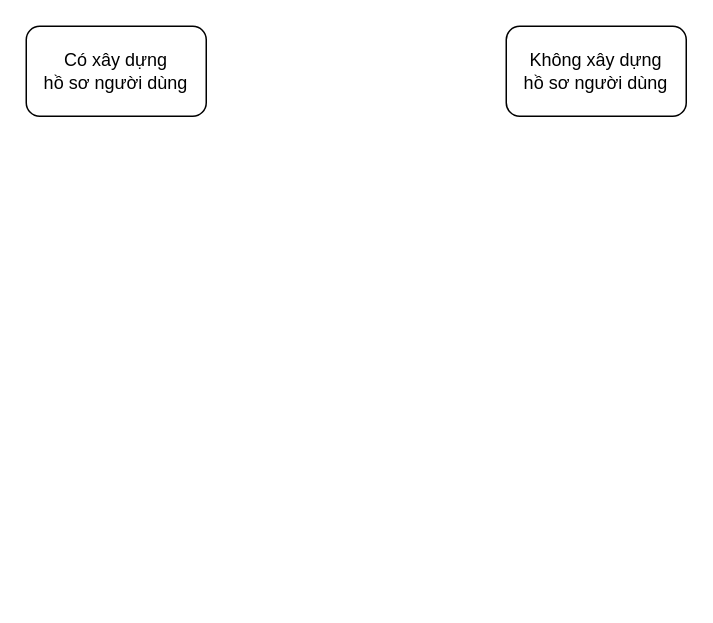
The draw.io diagram page "Page-1" (1 of 2) of D1.drawio in EdgarIgnite16/Specialized-Projects, before the edit. Source tidied: cells renumbered, new cells numbered last; positions are measured from the earlier drawing's top-left corner, leaving out a move shared by most shapes. Both pictures are drawn from the tidied source at 150%, with x=0, y=0 at pixel (26, 26).
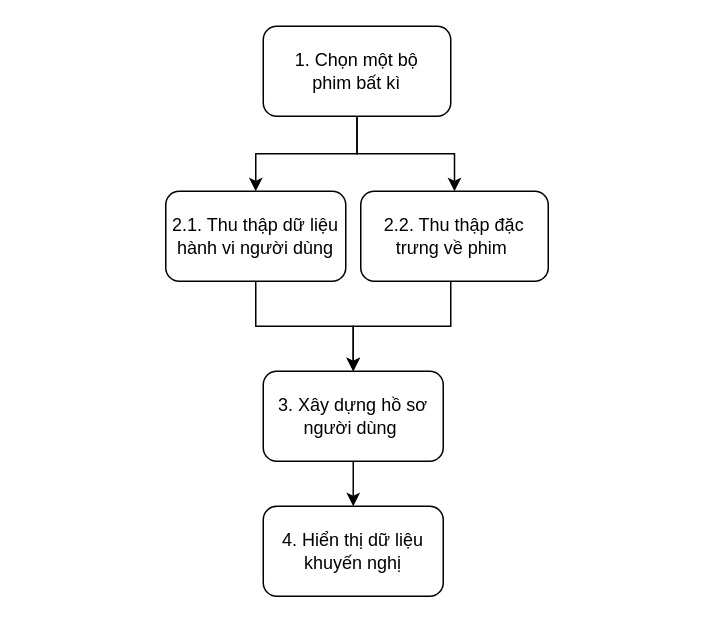
Above is the later version.

Diff of the diagram source:
```diff
@@
 <mxGraphModel>
   <root>
     <mxCell id="0" />
     <mxCell id="1" parent="0" />
-    <mxCell id="2" value="Có xây dựng&lt;br&gt;hồ sơ người dùng" style="rounded=1;whiteSpace=wrap;html=1;" parent="1" vertex="1">
-      <mxGeometry width="120" height="60" as="geometry" />
-    </mxCell>
-    <mxCell id="3" value="Không xây dựng&lt;br&gt;hồ sơ người dùng" style="rounded=1;whiteSpace=wrap;html=1;" parent="1" vertex="1">
-      <mxGeometry x="320" width="120" height="60" as="geometry" />
-    </mxCell>
+    <mxCell id="4" style="edgeStyle=orthogonalEdgeStyle;rounded=0;jettySize=auto;html=1;" parent="1" edge="1" source="5" target="7">
+      <mxGeometry relative="1" as="geometry">
+        <Array as="points">
+          <mxPoint x="153" y="200" />
+          <mxPoint x="218" y="200" />
+        </Array>
+      </mxGeometry>
+    </mxCell>
+    <mxCell id="5" value="2.1. Thu thập dữ liệu&lt;br&gt;hành vi người dùng" style="rounded=1;whiteSpace=wrap;html=1;" parent="1" vertex="1">
+      <mxGeometry x="93" y="110" width="120" height="60" as="geometry" />
+    </mxCell>
+    <mxCell id="6" style="edgeStyle=orthogonalEdgeStyle;rounded=0;jettySize=auto;html=1;" parent="1" edge="1" source="7" target="8">
+      <mxGeometry relative="1" as="geometry" />
+    </mxCell>
+    <mxCell id="7" value="3. Xây dựng hồ sơ người dùng&amp;nbsp;" style="rounded=1;whiteSpace=wrap;html=1;" parent="1" vertex="1">
+      <mxGeometry x="158" y="230" width="120" height="60" as="geometry" />
+    </mxCell>
+    <mxCell id="8" value="4. Hiển thị dữ liệu khuyến nghị" style="rounded=1;whiteSpace=wrap;html=1;" parent="1" vertex="1">
+      <mxGeometry x="158" y="320" width="120" height="60" as="geometry" />
+    </mxCell>
+    <mxCell id="9" style="edgeStyle=orthogonalEdgeStyle;rounded=0;jettySize=auto;html=1;" parent="1" edge="1" source="10" target="7">
+      <mxGeometry relative="1" as="geometry">
+        <Array as="points">
+          <mxPoint x="283" y="200" />
+          <mxPoint x="218" y="200" />
+        </Array>
+      </mxGeometry>
+    </mxCell>
+    <mxCell id="10" value="2.2. Thu thập đặc trưng về phim&amp;nbsp;" style="rounded=1;whiteSpace=wrap;html=1;" parent="1" vertex="1">
+      <mxGeometry x="223" y="110" width="125" height="60" as="geometry" />
+    </mxCell>
+    <mxCell id="11" style="edgeStyle=orthogonalEdgeStyle;rounded=0;jettySize=auto;html=1;" parent="1" edge="1" source="13" target="5">
+      <mxGeometry relative="1" as="geometry" />
+    </mxCell>
+    <mxCell id="12" style="edgeStyle=orthogonalEdgeStyle;rounded=0;jettySize=auto;html=1;" parent="1" edge="1" source="13" target="10">
+      <mxGeometry relative="1" as="geometry" />
+    </mxCell>
+    <mxCell id="13" value="1. Chọn một bộ&lt;br&gt;phim bất kì" style="rounded=1;whiteSpace=wrap;html=1;" parent="1" vertex="1">
+      <mxGeometry x="158" width="125" height="60" as="geometry" />
+    </mxCell>
   </root>
 </mxGraphModel>
```
